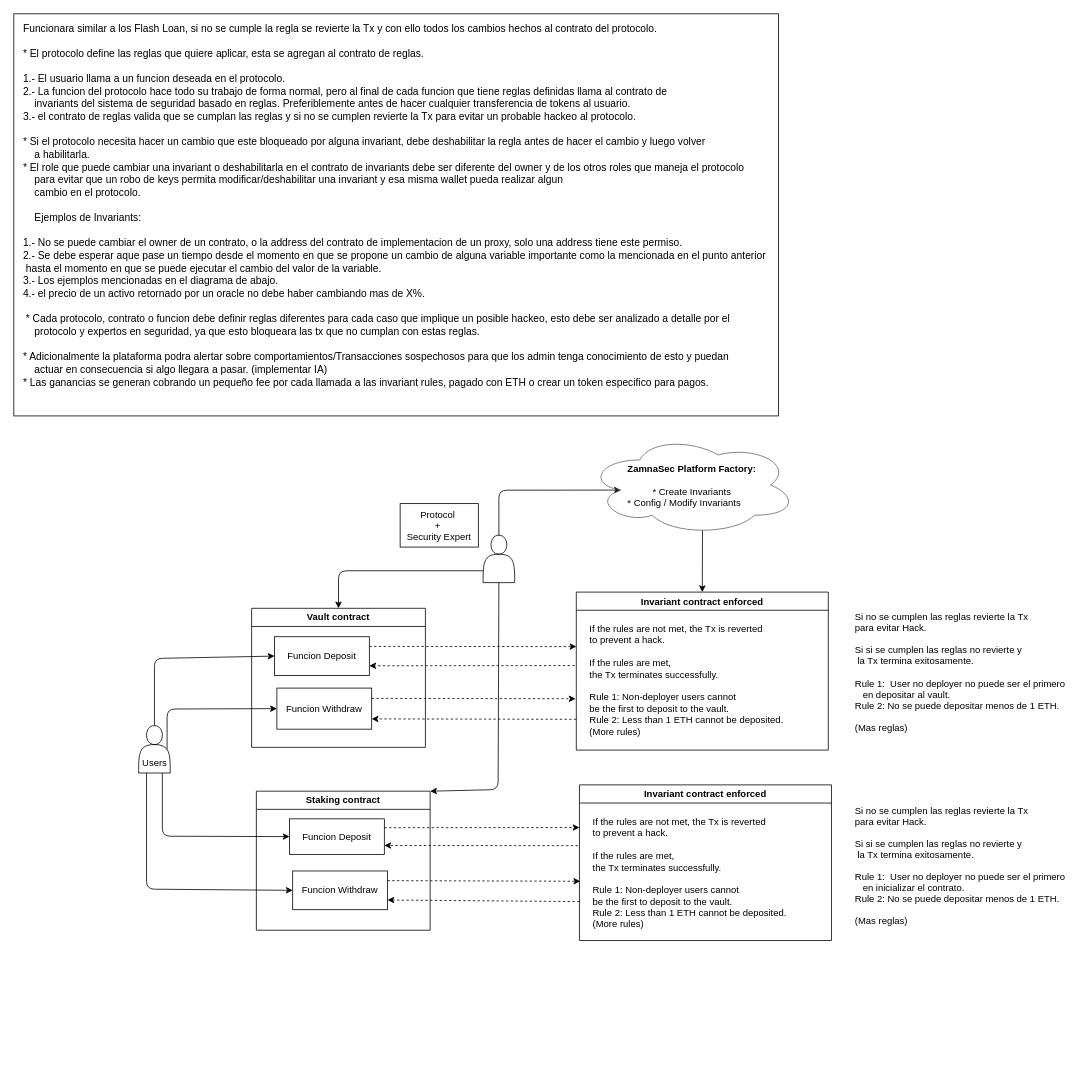
Earlier version of the draw.io diagram page "ZamnaSec Diagram" (1 of 3) of Diagram.drawio (mivgubel/ZamnaSec-protocol). Source tidied: cells renumbered, new cells numbered last; positions are measured from the earlier drawing's top-left corner, leaving out a move shared by most shapes. Both pictures are drawn from the tidied source at 79%, with x=0, y=0 at pixel (13, 13).
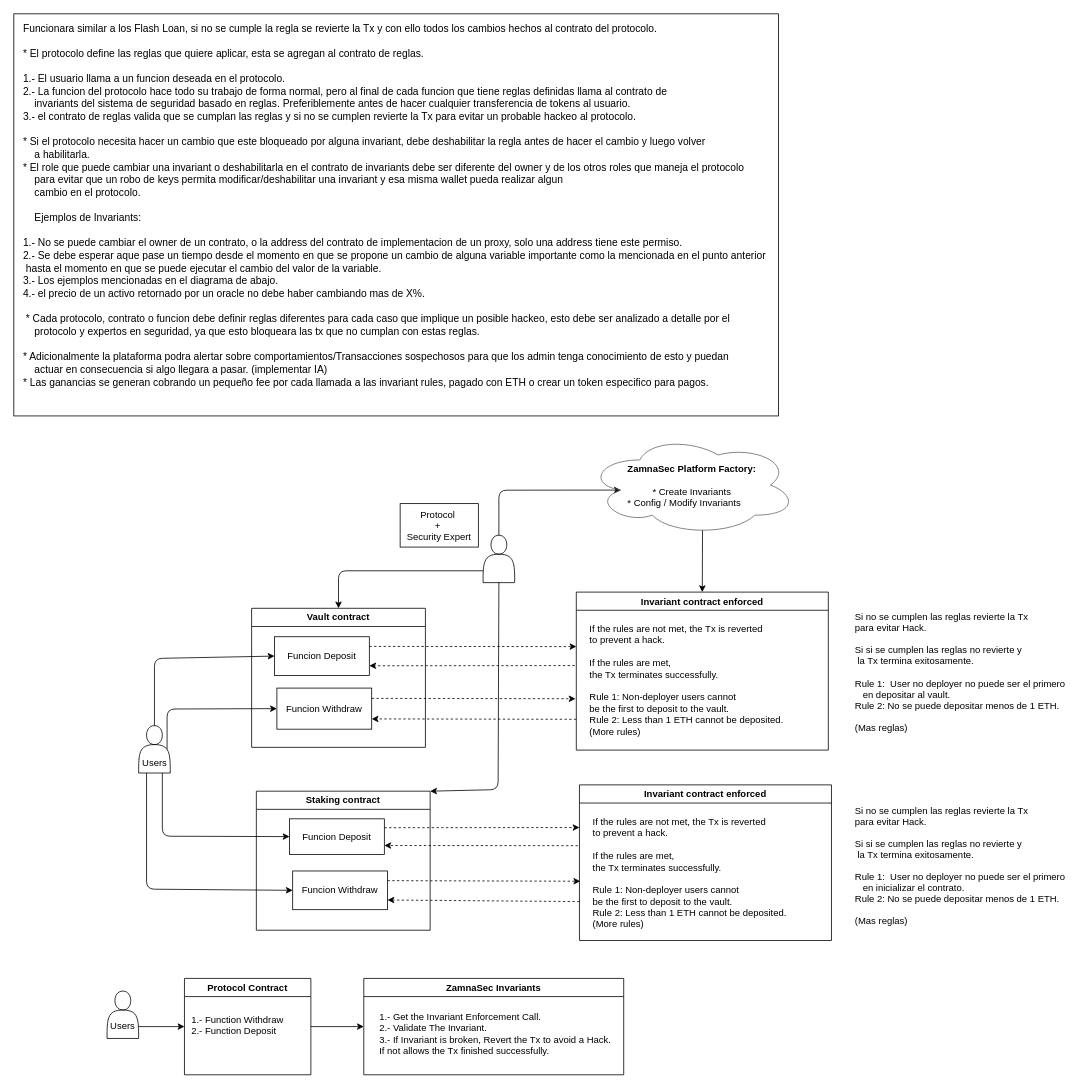
The same diagram, later.

The edit, as a diff of the source:
```diff
@@
+    <mxCell id="36" style="edgeStyle=none;html=1;fontColor=light-dark(#000000,#000000);strokeColor=light-dark(#000000,#000000);" parent="1" edge="1" source="37" target="39">
+      <mxGeometry relative="1" as="geometry" />
+    </mxCell>
+    <mxCell id="37" value="Protocol Contract" style="swimlane;fillColor=none;strokeColor=light-dark(#000000,#000000);fontColor=light-dark(#000000,#000000);" parent="1" vertex="1">
+      <mxGeometry x="216" y="1221" width="160" height="122" as="geometry" />
+    </mxCell>
+    <mxCell id="38" value="1.- Function Withdraw&lt;div&gt;&lt;font style=&quot;color: light-dark(rgb(0, 0, 0), rgb(0, 0, 0));&quot;&gt;2.- Function Deposit&lt;/font&gt;&lt;/div&gt;" style="text;html=1;align=left;verticalAlign=top;fontColor=light-dark(#000000,#000000);" parent="37" vertex="1">
+      <mxGeometry x="7" y="39" width="135" height="41" as="geometry" />
+    </mxCell>
+    <mxCell id="39" value="ZamnaSec Invariants" style="swimlane;fillColor=none;strokeColor=light-dark(#000000,#000000);fontColor=light-dark(#000000,#000000);" parent="1" vertex="1">
+      <mxGeometry x="443" y="1221" width="329" height="122" as="geometry" />
+    </mxCell>
+    <mxCell id="40" value="&lt;font style=&quot;color: light-dark(rgb(0, 0, 0), rgb(0, 0, 0));&quot;&gt;1.- Get the Invariant Enforcement Call.&lt;/font&gt;&lt;div&gt;&lt;font style=&quot;color: light-dark(rgb(0, 0, 0), rgb(0, 0, 0));&quot;&gt;2.- Validate The Invariant.&lt;/font&gt;&lt;/div&gt;&lt;div&gt;&lt;font style=&quot;color: light-dark(rgb(0, 0, 0), rgb(0, 0, 0));&quot;&gt;3.- If Invariant is broken, Revert the Tx to avoid a Hack.&lt;/font&gt;&lt;/div&gt;&lt;div&gt;&lt;font style=&quot;color: light-dark(rgb(0, 0, 0), rgb(0, 0, 0));&quot;&gt;If not allows the Tx finished successfully.&lt;/font&gt;&lt;/div&gt;" style="text;html=1;align=left;verticalAlign=top;fontColor=light-dark(#000000,#000000);" parent="39" vertex="1">
+      <mxGeometry x="18" y="35" width="311" height="70" as="geometry" />
+    </mxCell>
+    <mxCell id="41" style="edgeStyle=none;html=1;exitX=1;exitY=0.75;exitDx=0;exitDy=0;entryX=0;entryY=0.5;entryDx=0;entryDy=0;strokeColor=light-dark(#000000,#000000);" parent="1" edge="1" source="42" target="37">
+      <mxGeometry relative="1" as="geometry" />
+    </mxCell>
+    <mxCell id="42" value="&lt;div&gt;&lt;font style=&quot;color: light-dark(rgb(0, 0, 0), rgb(0, 0, 0));&quot;&gt;&lt;br&gt;&lt;/font&gt;&lt;/div&gt;&lt;font style=&quot;color: light-dark(rgb(0, 0, 0), rgb(0, 0, 0));&quot;&gt;&lt;div&gt;&lt;font style=&quot;color: light-dark(rgb(0, 0, 0), rgb(0, 0, 0));&quot;&gt;&lt;br&gt;&lt;/font&gt;&lt;/div&gt;Users&lt;/font&gt;" style="shape=actor;whiteSpace=wrap;html=1;strokeColor=light-dark(#000000,#000000);fillColor=none;" parent="1" vertex="1">
+      <mxGeometry x="118" y="1237" width="40" height="60" as="geometry" />
+    </mxCell>
```
